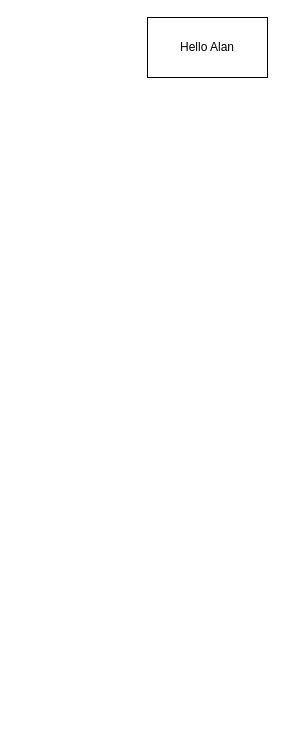
Earlier version of the draw.io diagram Step 2 ER/EER Diagram.drawio (William-BC-CA/CPSC2221_Term_Project_Files). Source tidied: cells renumbered, new cells numbered last; positions are measured from the earlier drawing's top-left corner, leaving out a move shared by most shapes. Both pictures are drawn from the tidied source at 100%, with x=0, y=0 at pixel (147, 17).
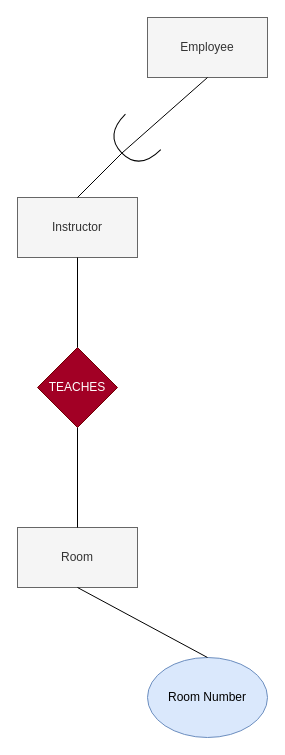
The same page after the edit.

The edit, as a diff of the source:
```diff
@@
 <mxGraphModel>
   <root>
     <mxCell id="0" />
     <mxCell id="1" parent="0" />
-    <mxCell id="2" value="Hello Alan" style="rounded=0;whiteSpace=wrap;html=1;" parent="1" vertex="1">
+    <mxCell id="2" value="Employee" style="rounded=0;whiteSpace=wrap;html=1;fillColor=#f5f5f5;strokeColor=#666666;fontColor=#333333;" parent="1" vertex="1">
       <mxGeometry width="120" height="60" as="geometry" />
     </mxCell>
+    <mxCell id="3" value="Instructor" style="rounded=0;whiteSpace=wrap;html=1;fillColor=#f5f5f5;strokeColor=#666666;fontColor=#333333;" parent="1" vertex="1">
+      <mxGeometry x="-130" y="180" width="120" height="60" as="geometry" />
+    </mxCell>
+    <mxCell id="4" value="Room" style="rounded=0;whiteSpace=wrap;html=1;fillColor=#f5f5f5;strokeColor=#666666;fontColor=#333333;" parent="1" vertex="1">
+      <mxGeometry x="-130" y="510" width="120" height="60" as="geometry" />
+    </mxCell>
+    <mxCell id="5" value="TEACHES" style="rhombus;whiteSpace=wrap;html=1;fillColor=#a20025;strokeColor=#6F0000;fontColor=#ffffff;" parent="1" vertex="1">
+      <mxGeometry x="-110" y="330" width="80" height="80" as="geometry" />
+    </mxCell>
+    <mxCell id="6" style="endArrow=none;html=1;entryX=0.5;entryY=1;entryDx=0;entryDy=0;exitX=1;exitY=0.5;exitDx=0;exitDy=0;exitPerimeter=0;" parent="1" edge="1" source="8" target="2">
+      <mxGeometry relative="1" as="geometry" />
+    </mxCell>
+    <mxCell id="7" style="endArrow=none;html=1;exitX=0.5;exitY=0;exitDx=0;exitDy=0;entryX=0.5;entryY=1;entryDx=0;entryDy=0;" parent="1" edge="1" source="4" target="5">
+      <mxGeometry relative="1" as="geometry" />
+    </mxCell>
+    <mxCell id="8" style="shape=requiredInterface;html=1;verticalLabelPosition=bottom;sketch=0;rotation=135;" parent="1" vertex="1">
+      <mxGeometry x="-30" y="100" width="30" height="50" as="geometry" />
+    </mxCell>
+    <mxCell id="9" style="endArrow=none;html=1;exitX=0.5;exitY=0;exitDx=0;exitDy=0;entryX=1;entryY=0.5;entryDx=0;entryDy=0;entryPerimeter=0;" parent="1" edge="1" source="3" target="8">
+      <mxGeometry relative="1" as="geometry" />
+    </mxCell>
+    <mxCell id="10" style="endArrow=none;html=1;exitX=0.5;exitY=0;exitDx=0;exitDy=0;entryX=0.5;entryY=1;entryDx=0;entryDy=0;" parent="1" edge="1" source="5" target="3">
+      <mxGeometry relative="1" as="geometry" />
+    </mxCell>
+    <mxCell id="11" value="Room Number" style="ellipse;whiteSpace=wrap;html=1;fillColor=#dae8fc;strokeColor=#6c8ebf;" parent="1" vertex="1">
+      <mxGeometry y="640" width="120" height="80" as="geometry" />
+    </mxCell>
+    <mxCell id="12" style="endArrow=none;html=1;exitX=0.5;exitY=1;exitDx=0;exitDy=0;entryX=0.5;entryY=0;entryDx=0;entryDy=0;" parent="1" edge="1" source="4" target="11">
+      <mxGeometry relative="1" as="geometry" />
+    </mxCell>
   </root>
 </mxGraphModel>
```
